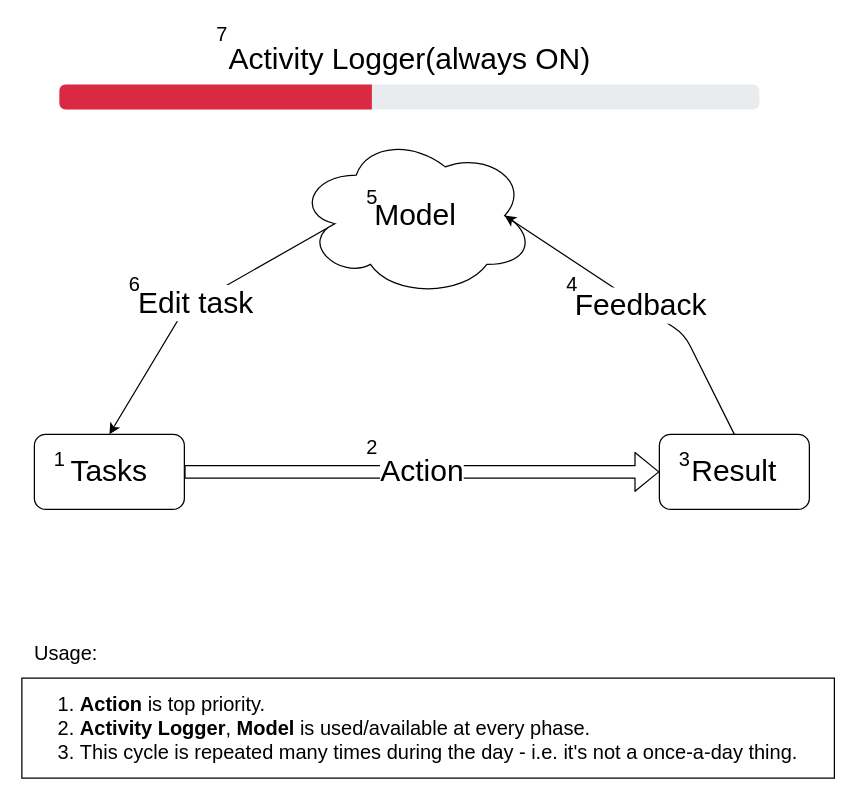
non-tech-stuff/life-flow keeps this draw.io diagram as page "High-level view" (1 of 8) of calibration_idea.drawio. Above is the earlier version. Source tidied: cells renumbered, new cells numbered last; positions are measured from the earlier drawing's top-left corner, leaving out a move shared by most shapes. Both pictures are drawn from the tidied source at 125%, with x=0, y=0 at pixel (21, 21).
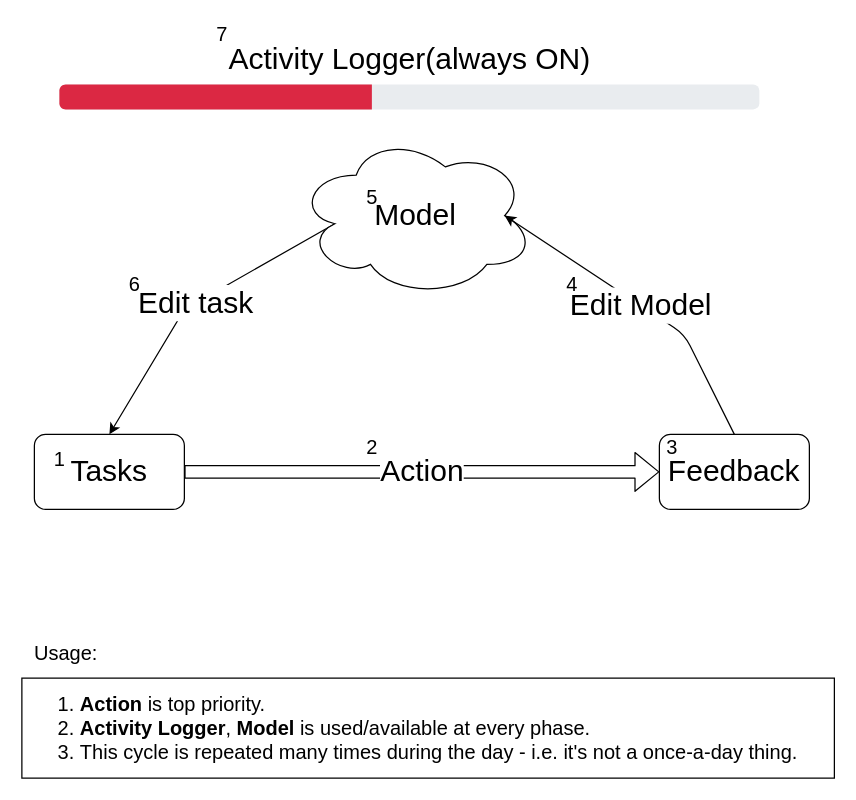
Above is the later version.

The change refers to these unchanged cells:
```xml
<mxCell id="4" value="&lt;font style=&quot;font-size: 24px&quot;&gt;Model&lt;/font&gt;" style="ellipse;shape=cloud;whiteSpace=wrap;html=1;" parent="1" vertex="1">
  <mxGeometry x="220" y="90" width="190" height="130" as="geometry" />
</mxCell>
```

Change to the diagram source:
```diff
@@
-    <mxCell id="6" value="&lt;font style=&quot;font-size: 24px&quot;&gt;Result&lt;/font&gt;" style="rounded=1;whiteSpace=wrap;html=1;" parent="1" vertex="1">
+    <mxCell id="6" value="&lt;font style=&quot;font-size: 24px&quot;&gt;Feedback&lt;/font&gt;" style="rounded=1;whiteSpace=wrap;html=1;" parent="1" vertex="1">
       <mxGeometry x="510" y="330" width="120" height="60" as="geometry" />
     </mxCell>
@@
-    <mxCell id="9" value="Feedback" style="endArrow=classic;html=1;fontSize=24;exitX=0.5;exitY=0;exitDx=0;exitDy=0;entryX=0.875;entryY=0.5;entryDx=0;entryDy=0;entryPerimeter=0;" parent="1" edge="1" source="6" target="4">
+    <mxCell id="9" value="Edit Model" style="endArrow=classic;html=1;fontSize=24;exitX=0.5;exitY=0;exitDx=0;exitDy=0;entryX=0.875;entryY=0.5;entryDx=0;entryDy=0;entryPerimeter=0;" parent="1" edge="1" source="6" target="4">
       <mxGeometry relative="1" as="geometry">
         <Array as="points">
           <mxPoint x="530" y="250" />
         </Array>
       </mxGeometry>
     </mxCell>
@@
     <mxCell id="12" value="3" style="text;html=1;align=center;verticalAlign=middle;fontSize=16;" parent="1" vertex="1">
-      <mxGeometry x="520" y="340" width="20" height="20" as="geometry" />
+      <mxGeometry x="510" y="330" width="20" height="20" as="geometry" />
     </mxCell>
```
